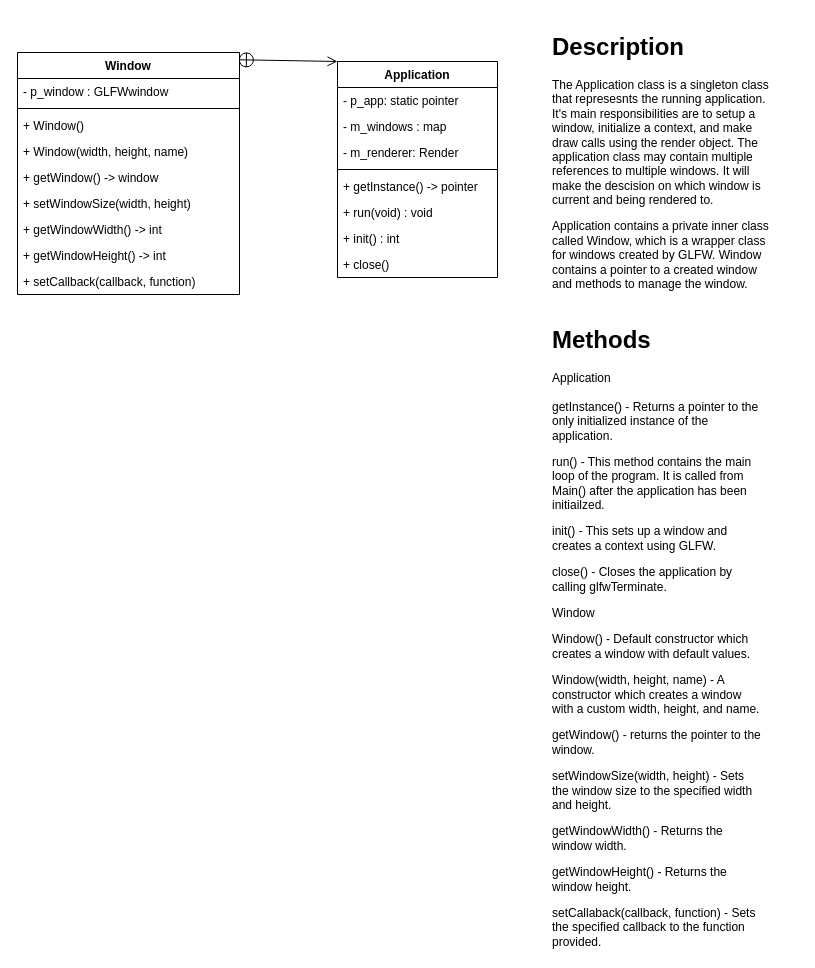
Before: docs/Application.drawio in LowFire/blazer3d, a draw.io diagram. Source tidied: cells renumbered, new cells numbered last; positions are measured from the earlier drawing's top-left corner, leaving out a move shared by most shapes. Both pictures are drawn from the tidied source at 100%, with x=0, y=0 at pixel (17, 27).
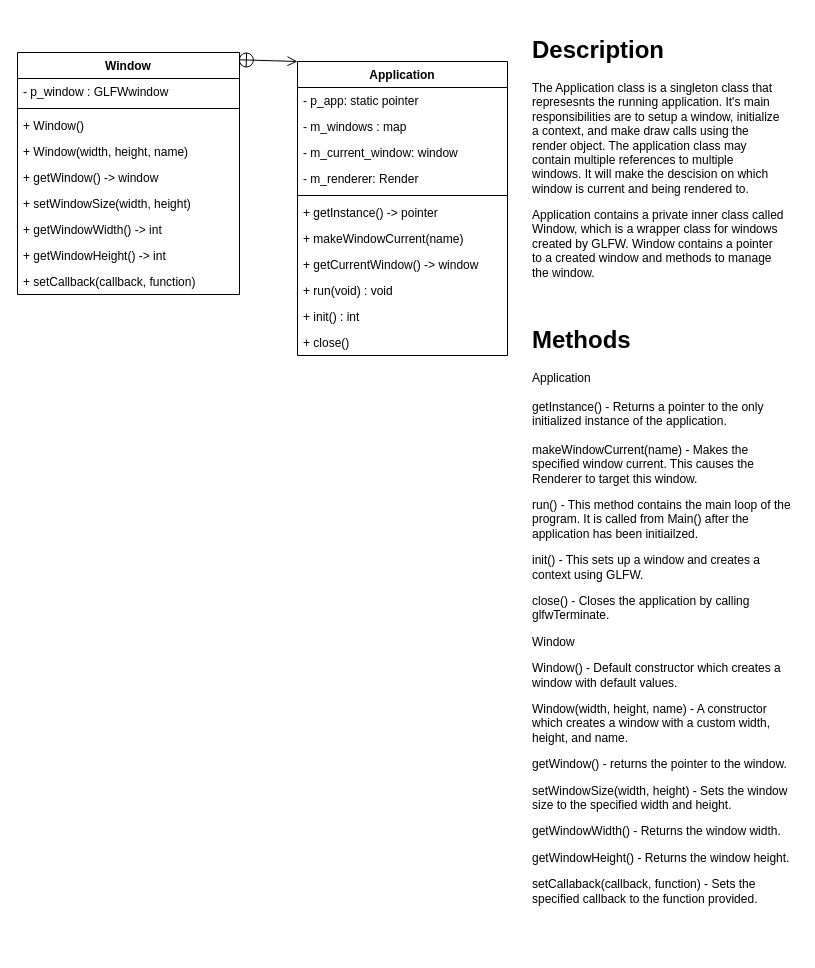
The same page after the edit.

Commit message (it also covers changes not shown here):
Renderer renders a triangle to the window.

Change to the diagram source:
```diff
@@
     <mxCell id="2" value="Application" style="swimlane;fontStyle=1;align=center;verticalAlign=top;horizontal=1;startSize=26;" parent="1" vertex="1">
-      <mxGeometry x="320" y="34" width="160" height="216" as="geometry" />
+      <mxGeometry x="280" y="34" width="210" height="294" as="geometry" />
     </mxCell>
     <mxCell id="3" value="- p_app: static pointer" style="text;strokeColor=none;fillColor=none;align=left;verticalAlign=top;spacingLeft=4;spacingRight=4;overflow=hidden;" parent="2" vertex="1">
-      <mxGeometry y="26" width="160" height="26" as="geometry" />
+      <mxGeometry y="26" width="210" height="26" as="geometry" />
     </mxCell>
+    <mxCell id="24" value="- m_windows : map" style="text;strokeColor=none;fillColor=none;align=left;verticalAlign=top;spacingLeft=4;spacingRight=4;overflow=hidden;" parent="2" vertex="1">
+      <mxGeometry y="52" width="210" height="26" as="geometry" />
+    </mxCell>
-    <mxCell id="4" value="- m_windows : map" style="text;strokeColor=none;fillColor=none;align=left;verticalAlign=top;spacingLeft=4;spacingRight=4;overflow=hidden;" parent="2" vertex="1">
-      <mxGeometry y="52" width="160" height="26" as="geometry" />
+    <mxCell id="4" value="- m_current_window: window" style="text;strokeColor=none;fillColor=none;align=left;verticalAlign=top;spacingLeft=4;spacingRight=4;overflow=hidden;" parent="2" vertex="1">
+      <mxGeometry y="78" width="210" height="26" as="geometry" />
     </mxCell>
     <mxCell id="5" value="- m_renderer: Render" style="text;strokeColor=none;fillColor=none;align=left;verticalAlign=top;spacingLeft=4;spacingRight=4;overflow=hidden;" parent="2" vertex="1">
-      <mxGeometry y="78" width="160" height="26" as="geometry" />
+      <mxGeometry y="104" width="210" height="26" as="geometry" />
     </mxCell>
     <mxCell id="6" style="line;strokeWidth=1;fillColor=none;align=left;verticalAlign=middle;spacingTop=-1;spacingLeft=3;spacingRight=3;labelPosition=right;" parent="2" vertex="1">
-      <mxGeometry y="104" width="160" height="8" as="geometry" />
+      <mxGeometry y="130" width="210" height="8" as="geometry" />
     </mxCell>
+    <mxCell id="25" value="+ getInstance() -&gt; pointer" style="text;strokeColor=none;fillColor=none;align=left;verticalAlign=top;spacingLeft=4;spacingRight=4;overflow=hidden;" parent="2" vertex="1">
+      <mxGeometry y="138" width="210" height="26" as="geometry" />
+    </mxCell>
+    <mxCell id="26" value="+ makeWindowCurrent(name)" style="text;strokeColor=none;fillColor=none;align=left;verticalAlign=top;spacingLeft=4;spacingRight=4;overflow=hidden;" parent="2" vertex="1">
+      <mxGeometry y="164" width="210" height="26" as="geometry" />
+    </mxCell>
-    <mxCell id="7" value="+ getInstance() -&gt; pointer" style="text;strokeColor=none;fillColor=none;align=left;verticalAlign=top;spacingLeft=4;spacingRight=4;overflow=hidden;" parent="2" vertex="1">
-      <mxGeometry y="112" width="160" height="26" as="geometry" />
+    <mxCell id="7" value="+ getCurrentWindow() -&gt; window" style="text;strokeColor=none;fillColor=none;align=left;verticalAlign=top;spacingLeft=4;spacingRight=4;overflow=hidden;" parent="2" vertex="1">
+      <mxGeometry y="190" width="210" height="26" as="geometry" />
     </mxCell>
     <mxCell id="8" value="+ run(void) : void" style="text;strokeColor=none;fillColor=none;align=left;verticalAlign=top;spacingLeft=4;spacingRight=4;overflow=hidden;" parent="2" vertex="1">
-      <mxGeometry y="138" width="160" height="26" as="geometry" />
+      <mxGeometry y="216" width="210" height="26" as="geometry" />
     </mxCell>
     <mxCell id="9" value="+ init() : int" style="text;strokeColor=none;fillColor=none;align=left;verticalAlign=top;spacingLeft=4;spacingRight=4;overflow=hidden;" parent="2" vertex="1">
-      <mxGeometry y="164" width="160" height="26" as="geometry" />
+      <mxGeometry y="242" width="210" height="26" as="geometry" />
     </mxCell>
     <mxCell id="10" value="+ close()" style="text;strokeColor=none;fillColor=none;align=left;verticalAlign=top;spacingLeft=4;spacingRight=4;overflow=hidden;" parent="2" vertex="1">
-      <mxGeometry y="190" width="160" height="26" as="geometry" />
+      <mxGeometry y="268" width="210" height="26" as="geometry" />
     </mxCell>
@@
     <mxCell id="22" value="&lt;h1&gt;Description&lt;/h1&gt;&lt;p&gt;The Application class is a singleton class that represesnts the running application. It's main responsibilities are to setup a window, initialize a context, and make draw calls using the render object. The application class may contain multiple references to multiple windows. It will make the descision on which window is current and being rendered to.&lt;/p&gt;&lt;p&gt;Application contains a private inner class called Window, which is a wrapper class for windows created by GLFW. Window contains a pointer to a created window and methods to manage the window.&lt;/p&gt;" style="text;html=1;strokeColor=none;fillColor=none;spacing=5;spacingTop=-20;whiteSpace=wrap;overflow=hidden;rounded=0;" parent="1" vertex="1">
-      <mxGeometry x="530" width="230" height="264" as="geometry" />
+      <mxGeometry x="510" y="3" width="260" height="264" as="geometry" />
     </mxCell>
-    <mxCell id="23" value="&lt;h1&gt;Methods&lt;/h1&gt;&lt;div&gt;Application&lt;/div&gt;&lt;div&gt;&lt;br&gt;&lt;/div&gt;&lt;div&gt;getInstance() - Returns a pointer to the only initialized instance of the application.&lt;/div&gt;&lt;p&gt;run() - This method contains the main loop of the program. It is called from Main() after the application has been initiailzed.&lt;/p&gt;&lt;p&gt;init() - This sets up a window and creates a context using GLFW.&lt;/p&gt;&lt;p&gt;close() - Closes the application by calling glfwTerminate.&lt;/p&gt;&lt;p&gt;Window&lt;/p&gt;&lt;p&gt;Window() - Default constructor which creates a window with default values.&lt;/p&gt;&lt;p&gt;Window(width, height, name) - A constructor which creates a window with a custom width, height, and name.&lt;/p&gt;&lt;p&gt;getWindow() - returns the pointer to the window.&lt;/p&gt;&lt;p&gt;setWindowSize(width, height) - Sets the window size to the specified width and height.&lt;/p&gt;&lt;p&gt;getWindowWidth() - Returns the window width.&lt;/p&gt;&lt;p&gt;getWindowHeight() - Returns the window height.&lt;/p&gt;&lt;p&gt;setCallaback(callback, function) - Sets the specified callback to the function provided.&lt;/p&gt;" style="text;html=1;strokeColor=none;fillColor=none;spacing=5;spacingTop=-20;whiteSpace=wrap;overflow=hidden;rounded=0;" parent="1" vertex="1">
-      <mxGeometry x="530" y="293" width="220" height="631" as="geometry" />
+    <mxCell id="23" value="&lt;h1&gt;Methods&lt;/h1&gt;&lt;div&gt;Application&lt;/div&gt;&lt;div&gt;&lt;br&gt;&lt;/div&gt;&lt;div&gt;getInstance() - Returns a pointer to the only initialized instance of the application.&lt;/div&gt;&lt;div&gt;&lt;br&gt;&lt;/div&gt;&lt;div&gt;makeWindowCurrent(name) - Makes the specified window current. This causes the Renderer to target this window.&lt;/div&gt;&lt;p&gt;run() - This method contains the main loop of the program. It is called from Main() after the application has been initiailzed.&lt;/p&gt;&lt;p&gt;init() - This sets up a window and creates a context using GLFW.&lt;/p&gt;&lt;p&gt;close() - Closes the application by calling glfwTerminate.&lt;/p&gt;&lt;p&gt;Window&lt;/p&gt;&lt;p&gt;Window() - Default constructor which creates a window with default values.&lt;/p&gt;&lt;p&gt;Window(width, height, name) - A constructor which creates a window with a custom width, height, and name.&lt;/p&gt;&lt;p&gt;getWindow() - returns the pointer to the window.&lt;/p&gt;&lt;p&gt;setWindowSize(width, height) - Sets the window size to the specified width and height.&lt;/p&gt;&lt;p&gt;getWindowWidth() - Returns the window width.&lt;/p&gt;&lt;p&gt;getWindowHeight() - Returns the window height.&lt;/p&gt;&lt;p&gt;setCallaback(callback, function) - Sets the specified callback to the function provided.&lt;/p&gt;" style="text;html=1;strokeColor=none;fillColor=none;spacing=5;spacingTop=-20;whiteSpace=wrap;overflow=hidden;rounded=0;" parent="1" vertex="1">
+      <mxGeometry x="510" y="293" width="270" height="631" as="geometry" />
     </mxCell>
```
